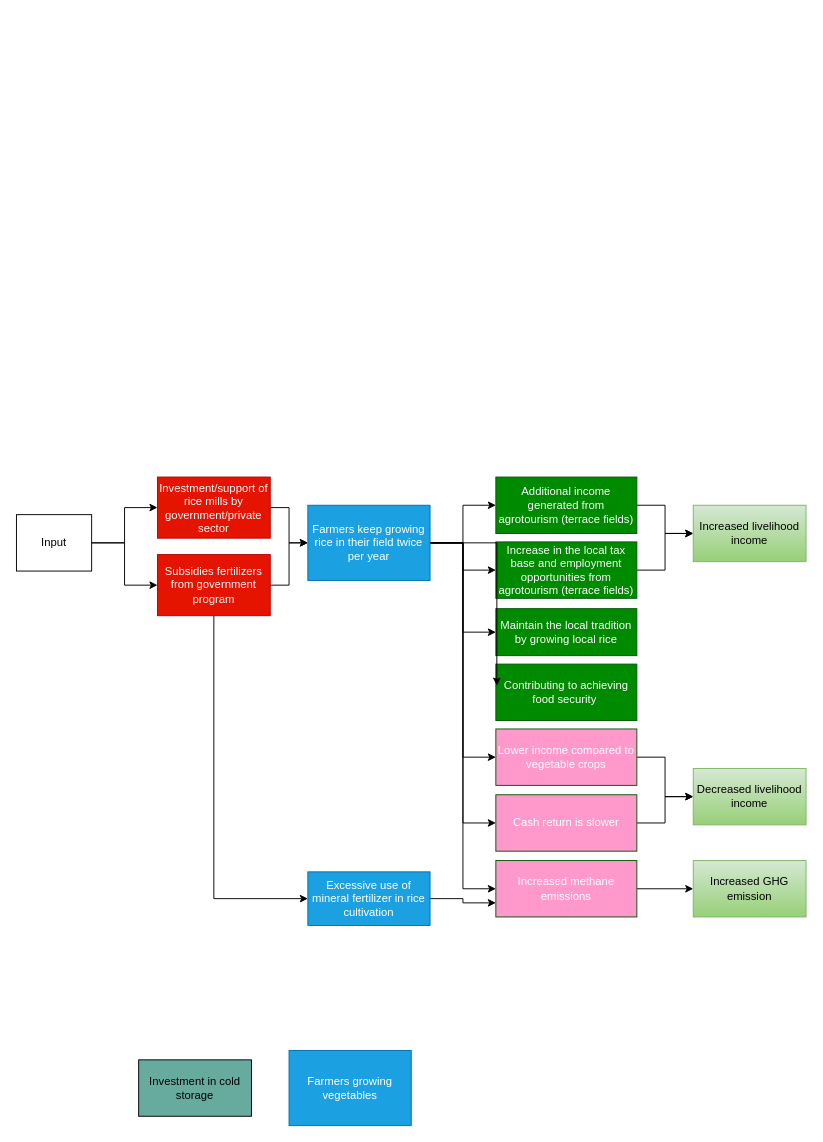
Above: page "Page-2" (3 of 3) of impact pathway.drawio in noviriasyifaunnafsi/transition-from-rice-to-vegetables (draw.io), before the change. Source tidied: cells renumbered, new cells numbered last; positions are measured from the earlier drawing's top-left corner, leaving out a move shared by most shapes. Both pictures are drawn from the tidied source at 94%, with x=0, y=0 at pixel (16, 477).
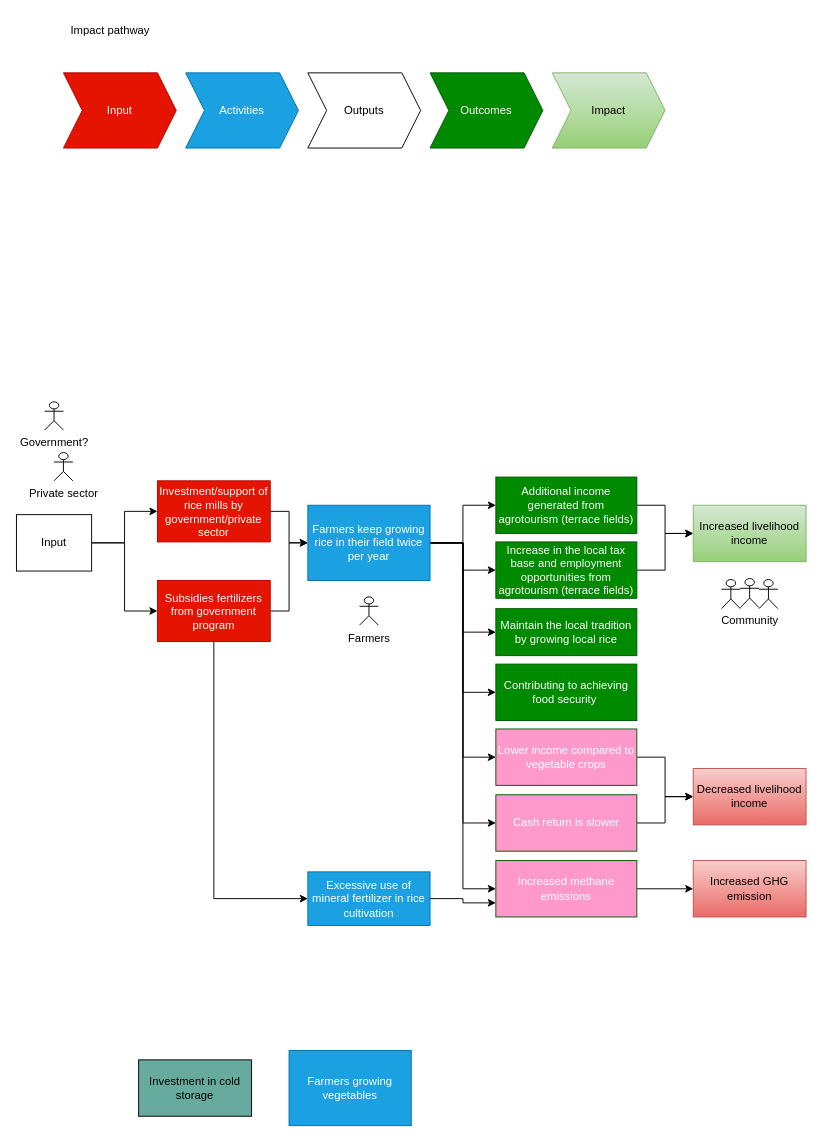
The same page after the edit.

The change refers to these unchanged cells:
```xml
<mxCell id="10" value="Farmers keep growing rice in their field twice per year" style="rounded=0;whiteSpace=wrap;html=1;fillColor=#1ba1e2;fontColor=#ffffff;strokeColor=#006EAF;" parent="1" vertex="1">
  <mxGeometry x="310" y="30" width="130" height="80" as="geometry" />
</mxCell>
<mxCell id="14" value="Contributing to achieving food security&amp;nbsp;" style="rounded=0;whiteSpace=wrap;html=1;fillColor=#008a00;fontColor=#ffffff;strokeColor=#005700;" parent="1" vertex="1">
  <mxGeometry x="510" y="199" width="150" height="60" as="geometry" />
</mxCell>
```

The edit, as a diff of the source:
```diff
@@
     <mxCell id="3" value="Investment/support of rice mills by government/private sector" style="rounded=0;whiteSpace=wrap;html=1;fillColor=#e51400;fontColor=#ffffff;strokeColor=#B20000;" parent="1" vertex="1">
-      <mxGeometry x="150" width="120" height="65" as="geometry" />
+      <mxGeometry x="150" y="4" width="120" height="65" as="geometry" />
     </mxCell>
@@
+    <mxCell id="32" style="edgeStyle=orthogonalEdgeStyle;rounded=0;jettySize=auto;html=1;exitX=1;exitY=0.5;exitDx=0;exitDy=0;entryX=0;entryY=0.5;entryDx=0;entryDy=0;" parent="1" edge="1" source="10" target="14">
+      <mxGeometry relative="1" as="geometry" />
+    </mxCell>
@@
     <mxCell id="28" value="Subsidies fertilizers from government program" style="rounded=0;whiteSpace=wrap;html=1;fillColor=#e51400;fontColor=#ffffff;strokeColor=#B20000;" parent="1" vertex="1">
-      <mxGeometry x="150" y="82.5" width="120" height="65" as="geometry" />
+      <mxGeometry x="150" y="110" width="120" height="65" as="geometry" />
     </mxCell>
@@
-    <mxCell id="32" style="edgeStyle=orthogonalEdgeStyle;rounded=0;jettySize=auto;html=1;exitX=1;exitY=0.5;exitDx=0;exitDy=0;entryX=0.007;entryY=0.381;entryDx=0;entryDy=0;entryPerimeter=0;" parent="1" edge="1" source="10" target="14">
-      <mxGeometry relative="1" as="geometry" />
-    </mxCell>
-    <mxCell id="33" value="Decreased livelihood income" style="rounded=0;whiteSpace=wrap;html=1;fillColor=#d5e8d4;strokeColor=#82b366;gradientColor=#97d077;" parent="1" vertex="1">
+    <mxCell id="33" value="Decreased livelihood income" style="rounded=0;whiteSpace=wrap;html=1;fillColor=#f8cecc;strokeColor=#b85450;gradientColor=#ea6b66;" parent="1" vertex="1">
       <mxGeometry x="720" y="310" width="120" height="60" as="geometry" />
     </mxCell>
-    <mxCell id="34" value="Increased GHG emission" style="rounded=0;whiteSpace=wrap;html=1;fillColor=#d5e8d4;strokeColor=#82b366;gradientColor=#97d077;" parent="1" vertex="1">
+    <mxCell id="34" value="Increased GHG emission" style="rounded=0;whiteSpace=wrap;html=1;fillColor=#f8cecc;strokeColor=#b85450;gradientColor=#ea6b66;" parent="1" vertex="1">
       <mxGeometry x="720" y="408" width="120" height="60" as="geometry" />
     </mxCell>
@@
+    <mxCell id="37" value="Government?" style="shape=umlActor;verticalLabelPosition=bottom;verticalAlign=top;html=1;" parent="1" vertex="1">
+      <mxGeometry x="30" y="-80" width="20" height="30" as="geometry" />
+    </mxCell>
+    <mxCell id="38" value="Private sector" style="shape=umlActor;verticalLabelPosition=bottom;verticalAlign=top;html=1;" parent="1" vertex="1">
+      <mxGeometry x="40" y="-26" width="20" height="30" as="geometry" />
+    </mxCell>
+    <mxCell id="39" value="Farmers" style="shape=umlActor;verticalLabelPosition=bottom;verticalAlign=top;html=1;" parent="1" vertex="1">
+      <mxGeometry x="365" y="127.5" width="20" height="30" as="geometry" />
+    </mxCell>
+    <mxCell id="40" value="Community" style="shape=umlActor;verticalLabelPosition=bottom;verticalAlign=top;html=1;" parent="1" vertex="1">
+      <mxGeometry x="770" y="108" width="20" height="31" as="geometry" />
+    </mxCell>
+    <mxCell id="41" style="shape=umlActor;verticalLabelPosition=bottom;verticalAlign=top;html=1;" parent="1" vertex="1">
+      <mxGeometry x="790" y="109" width="20" height="31" as="geometry" />
+    </mxCell>
+    <mxCell id="42" style="shape=umlActor;verticalLabelPosition=bottom;verticalAlign=top;html=1;" parent="1" vertex="1">
+      <mxGeometry x="750" y="109" width="20" height="31" as="geometry" />
+    </mxCell>
+    <mxCell id="43" value="Input" style="shape=step;perimeter=stepPerimeter;whiteSpace=wrap;html=1;fixedSize=1;fillColor=#e51400;fontColor=#ffffff;strokeColor=#B20000;" parent="1" vertex="1">
+      <mxGeometry x="50" y="-430" width="120" height="80" as="geometry" />
+    </mxCell>
+    <mxCell id="44" value="Activities" style="shape=step;perimeter=stepPerimeter;whiteSpace=wrap;html=1;fixedSize=1;fillColor=#1ba1e2;fontColor=#ffffff;strokeColor=#006EAF;" parent="1" vertex="1">
+      <mxGeometry x="180" y="-430" width="120" height="80" as="geometry" />
+    </mxCell>
+    <mxCell id="45" value="Outputs" style="shape=step;perimeter=stepPerimeter;whiteSpace=wrap;html=1;fixedSize=1;" parent="1" vertex="1">
+      <mxGeometry x="310" y="-430" width="120" height="80" as="geometry" />
+    </mxCell>
+    <mxCell id="46" value="Outcomes" style="shape=step;perimeter=stepPerimeter;whiteSpace=wrap;html=1;fixedSize=1;fillColor=#008a00;fontColor=#ffffff;strokeColor=#005700;" parent="1" vertex="1">
+      <mxGeometry x="440" y="-430" width="120" height="80" as="geometry" />
+    </mxCell>
+    <mxCell id="47" value="Impact" style="shape=step;perimeter=stepPerimeter;whiteSpace=wrap;html=1;fixedSize=1;fillColor=#d5e8d4;gradientColor=#97d077;strokeColor=#82b366;" parent="1" vertex="1">
+      <mxGeometry x="570" y="-430" width="120" height="80" as="geometry" />
+    </mxCell>
+    <mxCell id="48" value="Impact pathway" style="text;html=1;strokeColor=none;fillColor=none;align=center;verticalAlign=middle;whiteSpace=wrap;rounded=0;" parent="1" vertex="1">
+      <mxGeometry x="40" y="-490" width="120" height="30" as="geometry" />
+    </mxCell>
```
